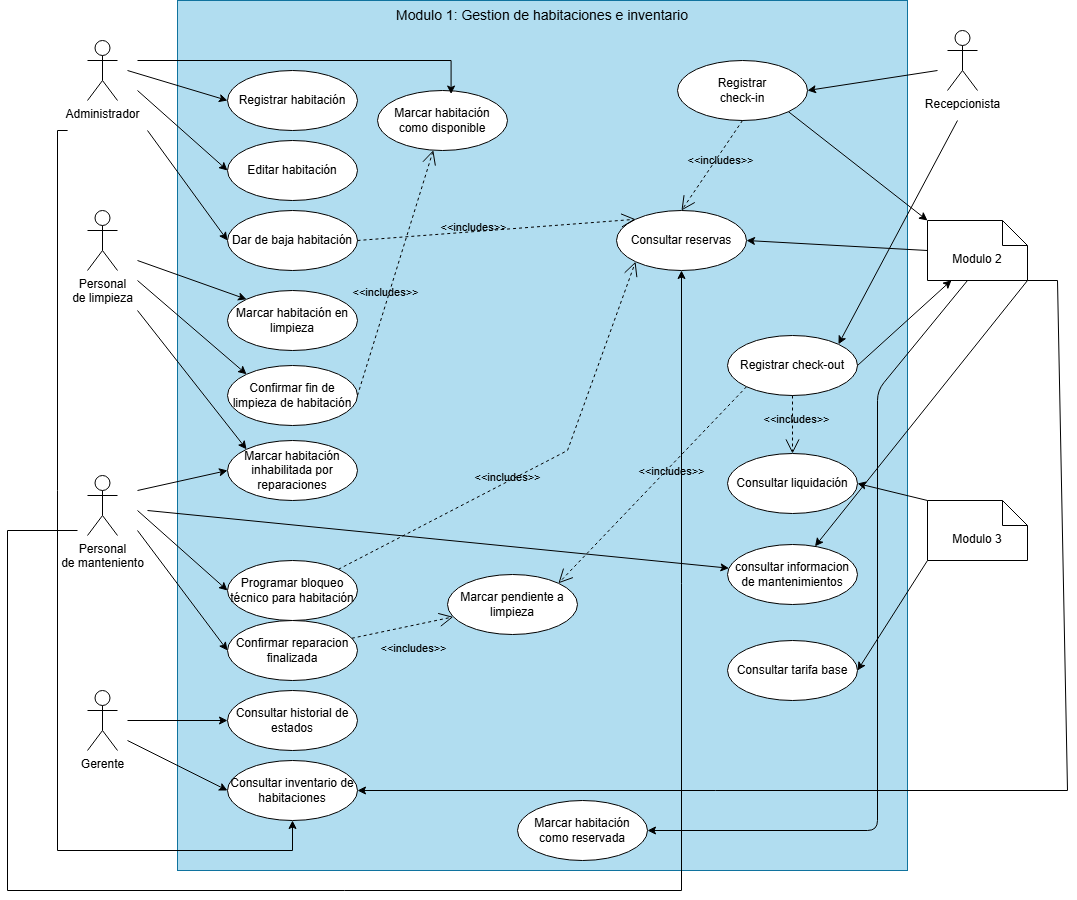
Earlier version of the draw.io export documentos/diagramas/cdu-modulo-1.png (MirianMarriaga/hospitua-module-1). Source tidied: cells renumbered, new cells last; positions are measured from the earlier drawing's top-left corner, leaving out a move shared by most shapes.
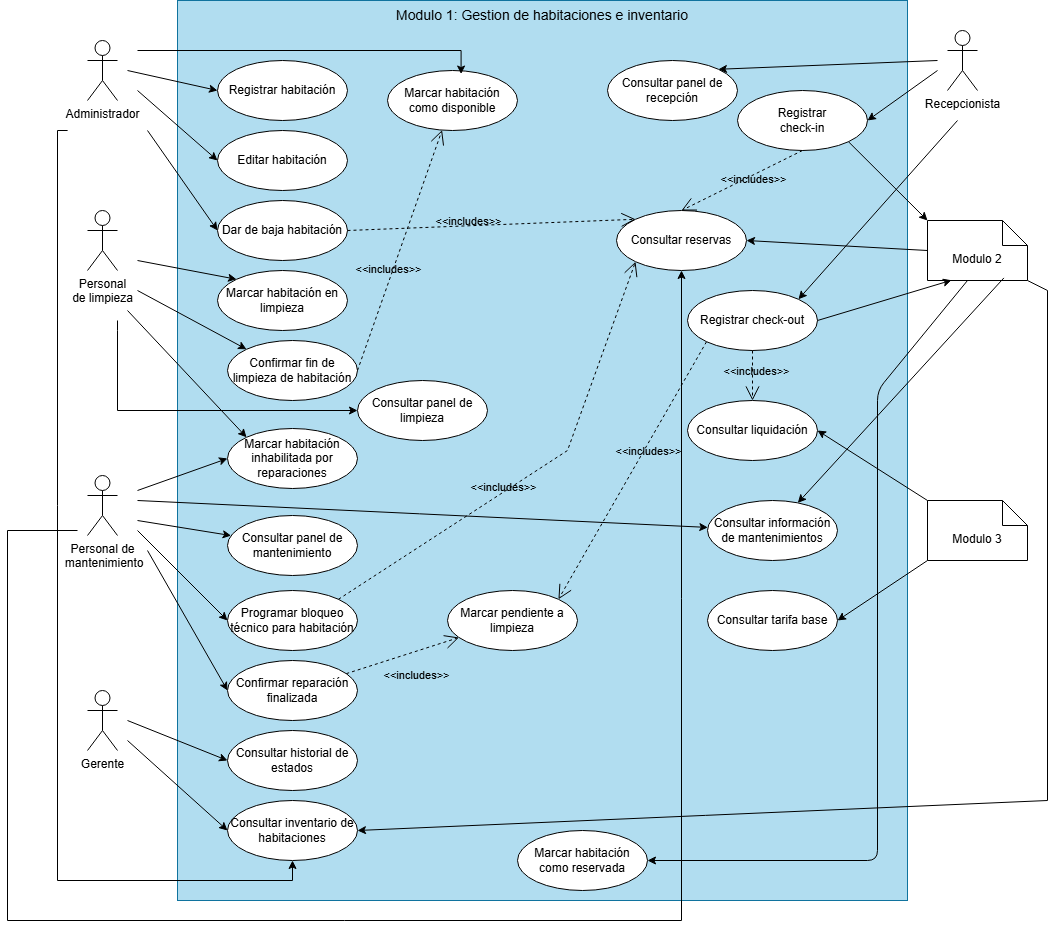
Later version of the same file.

What changed in the source:
```diff
@@ -3,7 +3,7 @@
     <mxCell id="0" />
     <mxCell id="1" parent="0" />
     <mxCell id="2" style="rounded=0;whiteSpace=wrap;html=1;rotation=-90;fillColor=#b1ddf0;labelBackgroundColor=none;strokeColor=#10739e;" parent="1" vertex="1">
-      <mxGeometry x="100" y="70" width="870" height="730" as="geometry" />
+      <mxGeometry x="85" y="85" width="900" height="730" as="geometry" />
     </mxCell>
     <mxCell id="3" value="Administrador" style="shape=umlActor;verticalLabelPosition=bottom;verticalAlign=top;html=1;labelBackgroundColor=none;" parent="1" vertex="1">
       <mxGeometry x="80" y="40" width="30" height="60" as="geometry" />
@@ -24,7 +24,7 @@
       <mxGeometry x="920" y="500" width="100" height="60" as="geometry" />
     </mxCell>
     <mxCell id="9" value="Registrar habitación" style="ellipse;whiteSpace=wrap;html=1;labelBackgroundColor=none;" parent="1" vertex="1">
-      <mxGeometry x="220" y="70" width="130" height="60" as="geometry" />
+      <mxGeometry x="210" y="60" width="130" height="60" as="geometry" />
     </mxCell>
     <mxCell id="10" style="endArrow=classic;html=1;rounded=0;endFill=1;entryX=0;entryY=0.5;entryDx=0;entryDy=0;labelBackgroundColor=none;fontColor=default;" parent="1" edge="1" target="9">
       <mxGeometry relative="1" as="geometry">
@@ -32,10 +32,10 @@
       </mxGeometry>
     </mxCell>
     <mxCell id="11" value="Editar habitación" style="ellipse;whiteSpace=wrap;html=1;labelBackgroundColor=none;" parent="1" vertex="1">
-      <mxGeometry x="220" y="140" width="130" height="60" as="geometry" />
+      <mxGeometry x="210" y="130" width="130" height="60" as="geometry" />
     </mxCell>
     <mxCell id="12" value="Dar de baja habitación" style="ellipse;whiteSpace=wrap;html=1;labelBackgroundColor=none;" parent="1" vertex="1">
-      <mxGeometry x="220" y="210" width="130" height="60" as="geometry" />
+      <mxGeometry x="210" y="200" width="130" height="60" as="geometry" />
     </mxCell>
     <mxCell id="13" style="endArrow=classic;html=1;rounded=0;endFill=1;entryX=0;entryY=0.5;entryDx=0;entryDy=0;labelBackgroundColor=none;fontColor=default;" parent="1" edge="1" target="11">
       <mxGeometry relative="1" as="geometry">
@@ -48,48 +48,48 @@
       </mxGeometry>
     </mxCell>
     <mxCell id="15" value="Marcar habitación en limpieza" style="ellipse;whiteSpace=wrap;html=1;labelBackgroundColor=none;" parent="1" vertex="1">
-      <mxGeometry x="220" y="290" width="130" height="60" as="geometry" />
+      <mxGeometry x="210" y="270" width="130" height="60" as="geometry" />
     </mxCell>
     <mxCell id="16" style="endArrow=classic;html=1;rounded=0;endFill=1;entryX=0;entryY=0;entryDx=0;entryDy=0;labelBackgroundColor=none;fontColor=default;" parent="1" edge="1" target="15">
       <mxGeometry relative="1" as="geometry">
         <mxPoint x="130" y="260" as="sourcePoint" />
       </mxGeometry>
     </mxCell>
-    <mxCell id="17" value="Personal&lt;div&gt;de manteniento&lt;/div&gt;" style="shape=umlActor;verticalLabelPosition=bottom;verticalAlign=top;html=1;labelBackgroundColor=none;" parent="1" vertex="1">
+    <mxCell id="17" value="Personal de&lt;div&gt;&amp;nbsp;mantenimiento&lt;/div&gt;" style="shape=umlActor;verticalLabelPosition=bottom;verticalAlign=top;html=1;labelBackgroundColor=none;" parent="1" vertex="1">
       <mxGeometry x="80" y="475" width="30" height="60" as="geometry" />
     </mxCell>
     <mxCell id="18" value="Confirmar fin de limpieza&amp;nbsp;&lt;span style=&quot;background-color: transparent; color: light-dark(rgb(0, 0, 0), rgb(255, 255, 255));&quot;&gt;de habitación&lt;/span&gt;" style="ellipse;whiteSpace=wrap;html=1;labelBackgroundColor=none;" parent="1" vertex="1">
-      <mxGeometry x="220" y="365" width="130" height="60" as="geometry" />
+      <mxGeometry x="220" y="340" width="130" height="60" as="geometry" />
     </mxCell>
     <mxCell id="19" style="endArrow=classic;html=1;rounded=0;endFill=1;entryX=0;entryY=0;entryDx=0;entryDy=0;labelBackgroundColor=none;fontColor=default;" parent="1" edge="1" target="18">
       <mxGeometry relative="1" as="geometry">
-        <mxPoint x="130" y="280" as="sourcePoint" />
+        <mxPoint x="130" y="290" as="sourcePoint" />
       </mxGeometry>
     </mxCell>
     <mxCell id="20" value="Marcar habitación inhabilitada por reparaciones" style="ellipse;whiteSpace=wrap;html=1;labelBackgroundColor=none;" parent="1" vertex="1">
-      <mxGeometry x="220" y="440" width="130" height="60" as="geometry" />
+      <mxGeometry x="220" y="428" width="130" height="60" as="geometry" />
     </mxCell>
     <mxCell id="21" style="endArrow=classic;html=1;rounded=0;endFill=1;entryX=0;entryY=0.5;entryDx=0;entryDy=0;labelBackgroundColor=none;fontColor=default;" parent="1" edge="1" target="20">
       <mxGeometry relative="1" as="geometry">
         <mxPoint x="130" y="490" as="sourcePoint" />
       </mxGeometry>
     </mxCell>
-    <mxCell id="22" value="Confirmar reparacion finalizada" style="ellipse;whiteSpace=wrap;html=1;labelBackgroundColor=none;" parent="1" vertex="1">
-      <mxGeometry x="220" y="620" width="130" height="60" as="geometry" />
+    <mxCell id="22" value="Confirmar reparación finalizada" style="ellipse;whiteSpace=wrap;html=1;labelBackgroundColor=none;" parent="1" vertex="1">
+      <mxGeometry x="220" y="660" width="130" height="60" as="geometry" />
     </mxCell>
     <mxCell id="23" style="endArrow=classic;html=1;rounded=0;endFill=1;entryX=0;entryY=0.5;entryDx=0;entryDy=0;labelBackgroundColor=none;fontColor=default;" parent="1" edge="1" target="22">
       <mxGeometry relative="1" as="geometry">
-        <mxPoint x="130" y="530" as="sourcePoint" />
+        <mxPoint x="140" y="550" as="sourcePoint" />
       </mxGeometry>
     </mxCell>
     <mxCell id="24" value="Consultar tarifa base" style="ellipse;whiteSpace=wrap;html=1;labelBackgroundColor=none;" parent="1" vertex="1">
-      <mxGeometry x="720" y="640" width="130" height="60" as="geometry" />
+      <mxGeometry x="700" y="590" width="130" height="60" as="geometry" />
     </mxCell>
     <mxCell id="25" style="endArrow=classic;html=1;rounded=0;endFill=1;entryX=1;entryY=0.5;entryDx=0;entryDy=0;exitX=0;exitY=1;exitDx=0;exitDy=0;exitPerimeter=0;labelBackgroundColor=none;fontColor=default;" parent="1" edge="1" source="8" target="24">
       <mxGeometry relative="1" as="geometry" />
     </mxCell>
     <mxCell id="26" value="Consultar inventario de habitaciones" style="ellipse;whiteSpace=wrap;html=1;labelBackgroundColor=none;" parent="1" vertex="1">
-      <mxGeometry x="220" y="760" width="130" height="60" as="geometry" />
+      <mxGeometry x="220" y="800" width="130" height="60" as="geometry" />
     </mxCell>
     <mxCell id="27" style="endArrow=classic;html=1;rounded=0;endFill=1;entryX=0;entryY=0.5;entryDx=0;entryDy=0;labelBackgroundColor=none;fontColor=default;" parent="1" edge="1" target="26">
       <mxGeometry relative="1" as="geometry">
@@ -97,10 +97,10 @@
       </mxGeometry>
     </mxCell>
     <mxCell id="28" value="Registrar&lt;div&gt;check-in&lt;/div&gt;" style="ellipse;whiteSpace=wrap;html=1;labelBackgroundColor=none;" parent="1" vertex="1">
-      <mxGeometry x="670" y="60" width="130" height="60" as="geometry" />
+      <mxGeometry x="730" y="90" width="130" height="60" as="geometry" />
     </mxCell>
     <mxCell id="29" value="Registrar check-out" style="ellipse;whiteSpace=wrap;html=1;labelBackgroundColor=none;" parent="1" vertex="1">
-      <mxGeometry x="720" y="335" width="130" height="60" as="geometry" />
+      <mxGeometry x="680" y="290" width="130" height="60" as="geometry" />
     </mxCell>
     <mxCell id="30" style="endArrow=classic;html=1;rounded=0;endFill=1;entryX=1;entryY=0.5;entryDx=0;entryDy=0;labelBackgroundColor=none;fontColor=default;" parent="1" edge="1" target="28">
       <mxGeometry relative="1" as="geometry">
@@ -113,14 +113,14 @@
       </mxGeometry>
     </mxCell>
     <mxCell id="32" value="Consultar historial de estados" style="ellipse;whiteSpace=wrap;html=1;labelBackgroundColor=none;" parent="1" vertex="1">
-      <mxGeometry x="220" y="690" width="130" height="60" as="geometry" />
+      <mxGeometry x="220" y="730" width="130" height="60" as="geometry" />
     </mxCell>
     <mxCell id="33" value="Programar bloqueo técnico para habitación" style="ellipse;whiteSpace=wrap;html=1;labelBackgroundColor=none;" parent="1" vertex="1">
-      <mxGeometry x="220" y="560" width="130" height="60" as="geometry" />
+      <mxGeometry x="220" y="590" width="130" height="60" as="geometry" />
     </mxCell>
     <mxCell id="34" style="endArrow=classic;html=1;rounded=0;endFill=1;entryX=0;entryY=0.5;entryDx=0;entryDy=0;labelBackgroundColor=none;fontColor=default;" parent="1" edge="1" target="33">
       <mxGeometry relative="1" as="geometry">
-        <mxPoint x="130" y="510" as="sourcePoint" />
+        <mxPoint x="130" y="530" as="sourcePoint" />
       </mxGeometry>
     </mxCell>
     <mxCell id="35" style="endArrow=classic;html=1;rounded=0;endFill=1;entryX=0;entryY=0.5;entryDx=0;entryDy=0;labelBackgroundColor=none;fontColor=default;" parent="1" edge="1" target="32">
@@ -129,33 +129,33 @@
       </mxGeometry>
     </mxCell>
     <mxCell id="36" value="Marcar habitación&lt;div&gt;como disponible&lt;/div&gt;" style="ellipse;whiteSpace=wrap;html=1;labelBackgroundColor=none;" parent="1" vertex="1">
-      <mxGeometry x="370" y="90" width="130" height="60" as="geometry" />
+      <mxGeometry x="380" y="70" width="130" height="60" as="geometry" />
     </mxCell>
     <mxCell id="37" value="&amp;lt;&amp;lt;includes&amp;gt;&amp;gt;" style="endArrow=open;endSize=12;dashed=1;html=1;rounded=0;exitX=1;exitY=0.5;exitDx=0;exitDy=0;labelBackgroundColor=none;fontColor=default;" parent="1" edge="1" source="18" target="36">
       <mxGeometry x="-0.17" y="4" relative="1" as="geometry" />
     </mxCell>
     <mxCell id="38" style="endArrow=classic;html=1;rounded=0;endFill=1;edgeStyle=orthogonalEdgeStyle;entryX=0.5;entryY=1;entryDx=0;entryDy=0;labelBackgroundColor=none;fontColor=default;" parent="1" edge="1" target="26">
-      <mxGeometry relative="1" as="geometry">
+      <mxGeometry x="-0.04" relative="1" as="geometry">
         <mxPoint x="60.1" y="130" as="sourcePoint" />
         <Array as="points">
           <mxPoint x="50" y="130" />
-          <mxPoint x="50" y="850" />
-          <mxPoint x="285" y="850" />
+          <mxPoint x="50" y="880" />
+          <mxPoint x="285" y="880" />
         </Array>
       </mxGeometry>
     </mxCell>
     <mxCell id="39" style="endArrow=classic;html=1;rounded=0;endFill=1;entryX=0;entryY=0;entryDx=0;entryDy=0;labelBackgroundColor=none;fontColor=default;" parent="1" edge="1" target="20">
       <mxGeometry relative="1" as="geometry">
-        <mxPoint x="130" y="310" as="sourcePoint" />
+        <mxPoint x="120" y="310" as="sourcePoint" />
       </mxGeometry>
     </mxCell>
     <mxCell id="40" style="endArrow=classic;html=1;rounded=0;endFill=1;entryX=0.566;entryY=0.059;entryDx=0;entryDy=0;entryPerimeter=0;edgeStyle=orthogonalEdgeStyle;labelBackgroundColor=none;fontColor=default;" parent="1" edge="1" target="36">
       <mxGeometry relative="1" as="geometry">
-        <mxPoint x="130" y="60" as="sourcePoint" />
+        <mxPoint x="130" y="50" as="sourcePoint" />
       </mxGeometry>
     </mxCell>
     <mxCell id="41" value="Marcar pendiente a limpieza" style="ellipse;whiteSpace=wrap;html=1;labelBackgroundColor=none;" parent="1" vertex="1">
-      <mxGeometry x="440" y="574" width="130" height="60" as="geometry" />
+      <mxGeometry x="440" y="590" width="130" height="60" as="geometry" />
     </mxCell>
     <mxCell id="42" value="&amp;lt;&amp;lt;includes&amp;gt;&amp;gt;" style="endArrow=open;endSize=12;dashed=1;html=1;rounded=0;labelBackgroundColor=none;fontColor=default;" parent="1" edge="1" source="22" target="41">
       <mxGeometry x="0.12" y="-23" relative="1" as="geometry" />
@@ -191,13 +191,13 @@
       <mxGeometry relative="1" as="geometry" />
     </mxCell>
     <mxCell id="53" value="Marcar habitación como reservada" style="ellipse;whiteSpace=wrap;html=1;labelBackgroundColor=none;" parent="1" vertex="1">
-      <mxGeometry x="510" y="800" width="130" height="60" as="geometry" />
+      <mxGeometry x="510" y="830" width="130" height="60" as="geometry" />
     </mxCell>
     <mxCell id="54" style="endArrow=classic;html=1;rounded=1;endFill=1;entryX=1;entryY=0.5;entryDx=0;entryDy=0;curved=0;exitX=0.4;exitY=1;exitDx=0;exitDy=0;exitPerimeter=0;labelBackgroundColor=none;fontColor=default;" parent="1" edge="1" source="7" target="53">
-      <mxGeometry relative="1" as="geometry">
+      <mxGeometry x="-0.03" relative="1" as="geometry">
         <Array as="points">
           <mxPoint x="870" y="390" />
-          <mxPoint x="870" y="830" />
+          <mxPoint x="870" y="860" />
         </Array>
       </mxGeometry>
     </mxCell>
@@ -212,17 +212,17 @@
       </mxGeometry>
     </mxCell>
     <mxCell id="57" style="endArrow=classic;html=1;rounded=0;endFill=1;entryX=1;entryY=0.5;entryDx=0;entryDy=0;exitX=1;exitY=1;exitDx=0;exitDy=0;exitPerimeter=0;labelBackgroundColor=none;fontColor=default;" parent="1" edge="1" source="7" target="26">
-      <mxGeometry relative="1" as="geometry">
+      <mxGeometry x="-0.02" relative="1" as="geometry">
         <Array as="points">
-          <mxPoint x="1050" y="280" />
-          <mxPoint x="1060" y="790" />
+          <mxPoint x="1040" y="290" />
+          <mxPoint x="1040" y="800" />
         </Array>
       </mxGeometry>
     </mxCell>
-    <mxCell id="58" value="consultar informacion de mantenimientos" style="ellipse;whiteSpace=wrap;html=1;labelBackgroundColor=none;" parent="1" vertex="1">
-      <mxGeometry x="720" y="544" width="130" height="60" as="geometry" />
+    <mxCell id="58" value="Consultar información de mantenimientos" style="ellipse;whiteSpace=wrap;html=1;labelBackgroundColor=none;" parent="1" vertex="1">
+      <mxGeometry x="700" y="500" width="130" height="60" as="geometry" />
     </mxCell>
-    <mxCell id="59" style="endArrow=classic;html=1;rounded=0;endFill=1;exitX=1;exitY=1;exitDx=0;exitDy=0;exitPerimeter=0;labelBackgroundColor=none;fontColor=default;" parent="1" edge="1" source="7" target="58">
+    <mxCell id="59" style="endArrow=classic;html=1;rounded=0;endFill=1;exitX=0.764;exitY=0.957;exitDx=0;exitDy=0;exitPerimeter=0;labelBackgroundColor=none;fontColor=default;" parent="1" edge="1" source="7" target="58">
       <mxGeometry relative="1" as="geometry" />
     </mxCell>
     <mxCell id="60" style="endArrow=classic;html=1;rounded=0;endFill=1;edgeStyle=orthogonalEdgeStyle;labelBackgroundColor=none;fontColor=default;" parent="1" edge="1" target="46">
@@ -230,18 +230,46 @@
         <mxPoint x="70" y="530" as="sourcePoint" />
         <Array as="points">
           <mxPoint y="530" />
-          <mxPoint y="890" />
-          <mxPoint x="674" y="890" />
+          <mxPoint y="920" />
+          <mxPoint x="674" y="920" />
         </Array>
       </mxGeometry>
     </mxCell>
     <mxCell id="61" value="Consultar liquidación" style="ellipse;whiteSpace=wrap;html=1;labelBackgroundColor=none;" parent="1" vertex="1">
-      <mxGeometry x="720" y="453" width="130" height="60" as="geometry" />
+      <mxGeometry x="680" y="400" width="130" height="60" as="geometry" />
     </mxCell>
     <mxCell id="62" style="endArrow=classic;html=1;rounded=0;endFill=1;labelBackgroundColor=none;fontColor=default;" parent="1" edge="1" target="58">
       <mxGeometry relative="1" as="geometry">
-        <mxPoint x="140" y="510" as="sourcePoint" />
+        <mxPoint x="130" y="500" as="sourcePoint" />
       </mxGeometry>
     </mxCell>
+    <mxCell id="63" value="Consultar panel de recepción" style="ellipse;whiteSpace=wrap;html=1;labelBackgroundColor=none;" parent="1" vertex="1">
+      <mxGeometry x="600" y="60" width="130" height="60" as="geometry" />
+    </mxCell>
+    <mxCell id="64" value="Consultar panel de mantenimiento" style="ellipse;whiteSpace=wrap;html=1;labelBackgroundColor=none;" parent="1" vertex="1">
+      <mxGeometry x="220" y="515" width="130" height="60" as="geometry" />
+    </mxCell>
+    <mxCell id="65" style="endArrow=classic;html=1;rounded=0;endFill=1;entryX=1;entryY=0;entryDx=0;entryDy=0;labelBackgroundColor=none;fontColor=default;" parent="1" edge="1" target="63">
+      <mxGeometry relative="1" as="geometry">
+        <mxPoint x="930" y="60" as="sourcePoint" />
+      </mxGeometry>
+    </mxCell>
+    <mxCell id="66" style="endArrow=classic;html=1;rounded=0;endFill=1;labelBackgroundColor=none;fontColor=default;" parent="1" edge="1" target="64">
+      <mxGeometry relative="1" as="geometry">
+        <mxPoint x="130" y="520" as="sourcePoint" />
+      </mxGeometry>
+    </mxCell>
+    <mxCell id="67" value="Consultar panel de limpieza" style="ellipse;whiteSpace=wrap;html=1;labelBackgroundColor=none;" parent="1" vertex="1">
+      <mxGeometry x="350" y="380" width="130" height="60" as="geometry" />
+    </mxCell>
+    <mxCell id="68" style="endArrow=classic;html=1;rounded=0;endFill=1;entryX=0;entryY=0.5;entryDx=0;entryDy=0;labelBackgroundColor=none;fontColor=default;edgeStyle=orthogonalEdgeStyle;" parent="1" edge="1" target="67">
+      <mxGeometry x="0.4" relative="1" as="geometry">
+        <mxPoint x="110" y="320" as="sourcePoint" />
+        <Array as="points">
+          <mxPoint x="110" y="330" />
+          <mxPoint x="110" y="410" />
+        </Array>
+      </mxGeometry>
+    </mxCell>
   </root>
 </mxGraphModel>
```
